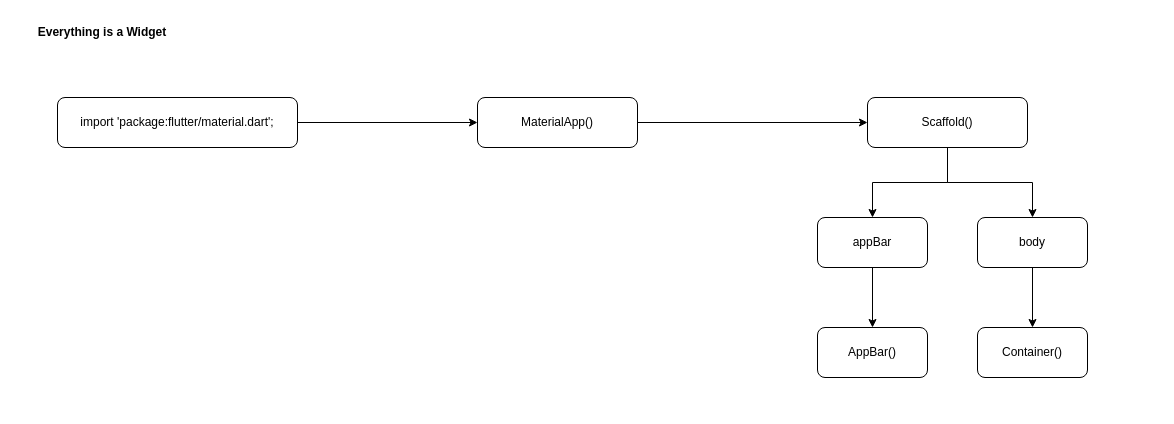
This is page "Material Basic" (1 of 3) of flutter-basic.drawio from primprum/flutter-basic, a draw.io file, before an edit. Source tidied: cells renumbered, new cells numbered last; positions are measured from the earlier drawing's top-left corner, leaving out a move shared by most shapes. Both pictures are drawn from the tidied source at 100%, with x=0, y=0 at pixel (17, 17).
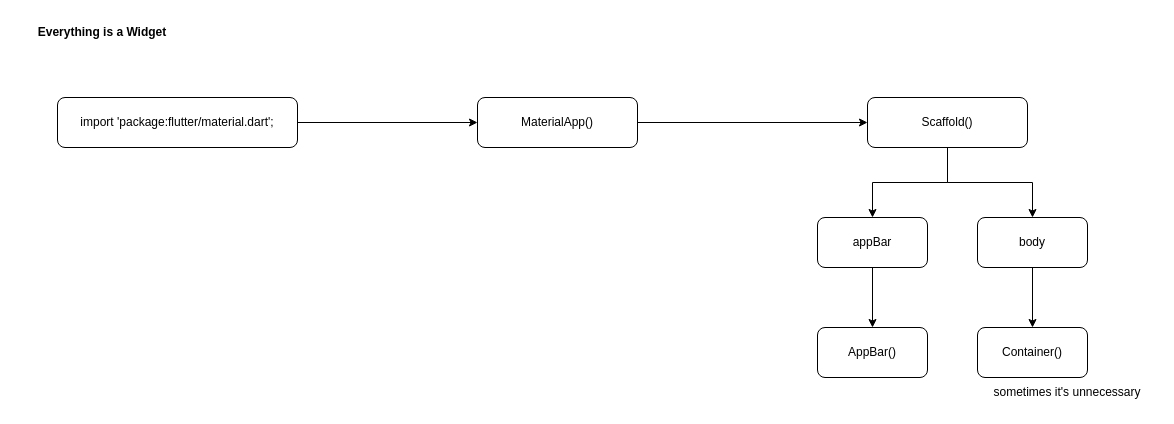
The same diagram, later.

Diff of the diagram source:
```diff
@@
 <mxGraphModel>
   <root>
     <mxCell id="0" />
     <mxCell id="1" parent="0" />
     <mxCell id="2" value="&lt;b&gt;Everything is a Widget&lt;/b&gt;" style="text;html=1;align=center;verticalAlign=middle;whiteSpace=wrap;rounded=0;" parent="1" vertex="1">
       <mxGeometry width="170" height="30" as="geometry" />
     </mxCell>
     <mxCell id="3" style="edgeStyle=orthogonalEdgeStyle;rounded=0;jettySize=auto;html=1;exitX=1;exitY=0.5;exitDx=0;exitDy=0;" parent="1" edge="1" source="4" target="6">
       <mxGeometry relative="1" as="geometry" />
     </mxCell>
     <mxCell id="4" value="import 'package:flutter/material.dart';" style="rounded=1;whiteSpace=wrap;html=1;" parent="1" vertex="1">
       <mxGeometry x="40" y="80" width="240" height="50" as="geometry" />
     </mxCell>
     <mxCell id="5" style="edgeStyle=orthogonalEdgeStyle;rounded=0;jettySize=auto;html=1;exitX=1;exitY=0.5;exitDx=0;exitDy=0;" parent="1" edge="1" source="6" target="9">
       <mxGeometry relative="1" as="geometry" />
     </mxCell>
     <mxCell id="6" value="MaterialApp()" style="rounded=1;whiteSpace=wrap;html=1;" parent="1" vertex="1">
       <mxGeometry x="460" y="80" width="160" height="50" as="geometry" />
     </mxCell>
     <mxCell id="7" style="edgeStyle=orthogonalEdgeStyle;rounded=0;jettySize=auto;html=1;exitX=0.5;exitY=1;exitDx=0;exitDy=0;" parent="1" edge="1" source="9" target="11">
       <mxGeometry relative="1" as="geometry" />
     </mxCell>
     <mxCell id="8" style="edgeStyle=orthogonalEdgeStyle;rounded=0;jettySize=auto;html=1;exitX=0.5;exitY=1;exitDx=0;exitDy=0;" parent="1" edge="1" source="9" target="13">
       <mxGeometry relative="1" as="geometry" />
     </mxCell>
     <mxCell id="9" value="Scaffold()" style="rounded=1;whiteSpace=wrap;html=1;" parent="1" vertex="1">
       <mxGeometry x="850" y="80" width="160" height="50" as="geometry" />
     </mxCell>
     <mxCell id="10" style="edgeStyle=orthogonalEdgeStyle;rounded=0;jettySize=auto;html=1;exitX=0.5;exitY=1;exitDx=0;exitDy=0;" parent="1" edge="1" source="11" target="14">
       <mxGeometry relative="1" as="geometry" />
     </mxCell>
     <mxCell id="11" value="appBar" style="rounded=1;whiteSpace=wrap;html=1;" parent="1" vertex="1">
       <mxGeometry x="800" y="200" width="110" height="50" as="geometry" />
     </mxCell>
     <mxCell id="12" style="edgeStyle=orthogonalEdgeStyle;rounded=0;jettySize=auto;html=1;exitX=0.5;exitY=1;exitDx=0;exitDy=0;" parent="1" edge="1" source="13" target="15">
       <mxGeometry relative="1" as="geometry" />
     </mxCell>
     <mxCell id="13" value="body" style="rounded=1;whiteSpace=wrap;html=1;" parent="1" vertex="1">
       <mxGeometry x="960" y="200" width="110" height="50" as="geometry" />
     </mxCell>
     <mxCell id="14" value="AppBar()" style="rounded=1;whiteSpace=wrap;html=1;" parent="1" vertex="1">
       <mxGeometry x="800" y="310" width="110" height="50" as="geometry" />
     </mxCell>
     <mxCell id="15" value="Container()" style="rounded=1;whiteSpace=wrap;html=1;" parent="1" vertex="1">
       <mxGeometry x="960" y="310" width="110" height="50" as="geometry" />
     </mxCell>
+    <mxCell id="16" value="sometimes it's unnecessary" style="text;html=1;align=center;verticalAlign=middle;whiteSpace=wrap;rounded=0;" parent="1" vertex="1">
+      <mxGeometry x="960" y="360" width="180" height="30" as="geometry" />
+    </mxCell>
   </root>
 </mxGraphModel>
```
